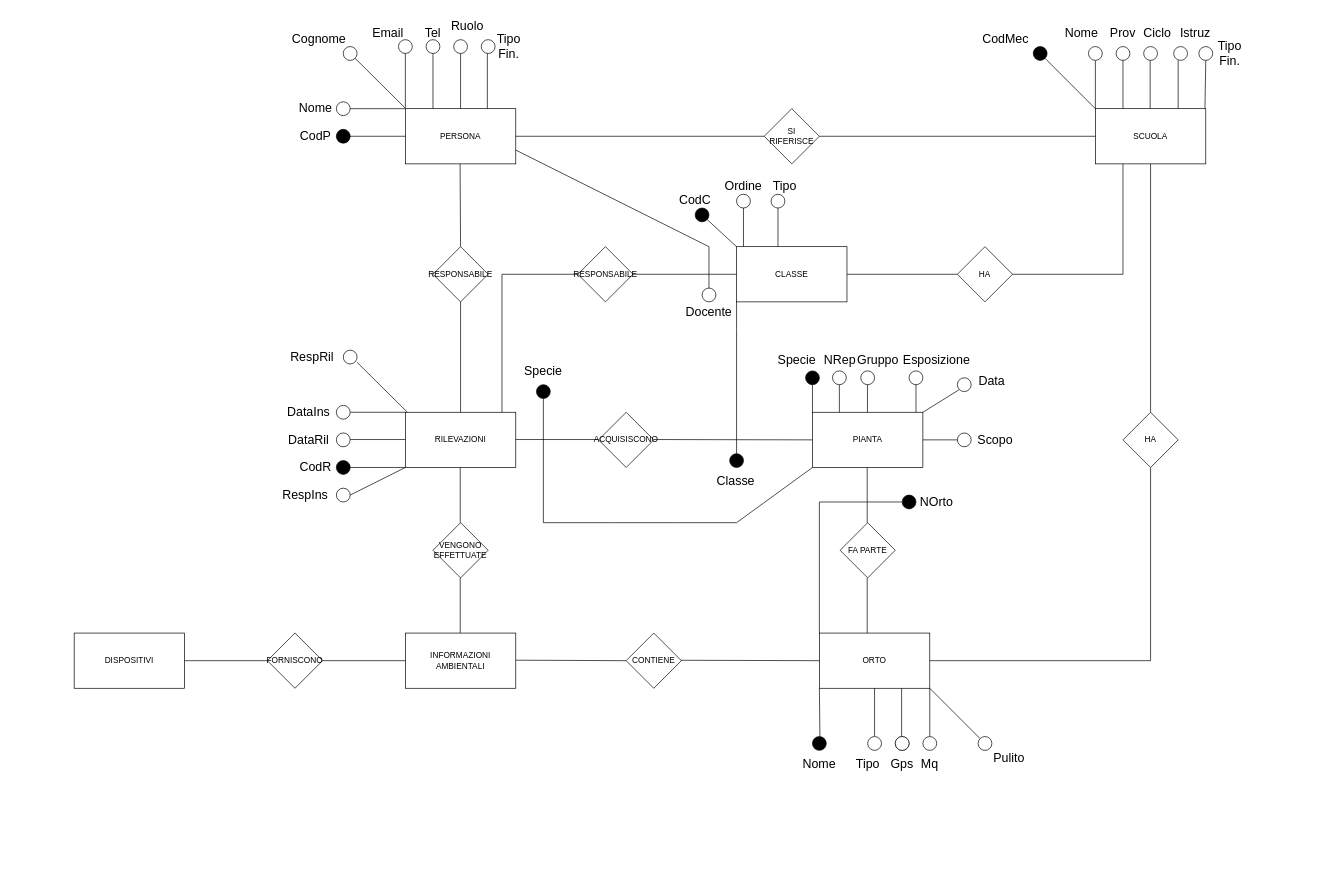
This is BD_ER_2023.drawio from pizzo-kyle/unige, a draw.io file, before an edit. Source tidied: cells renumbered, new cells numbered last; positions are measured from the earlier drawing's top-left corner, leaving out a move shared by most shapes. Both pictures are drawn from the tidied source at 69%, with x=0, y=0 at pixel (74, 12).
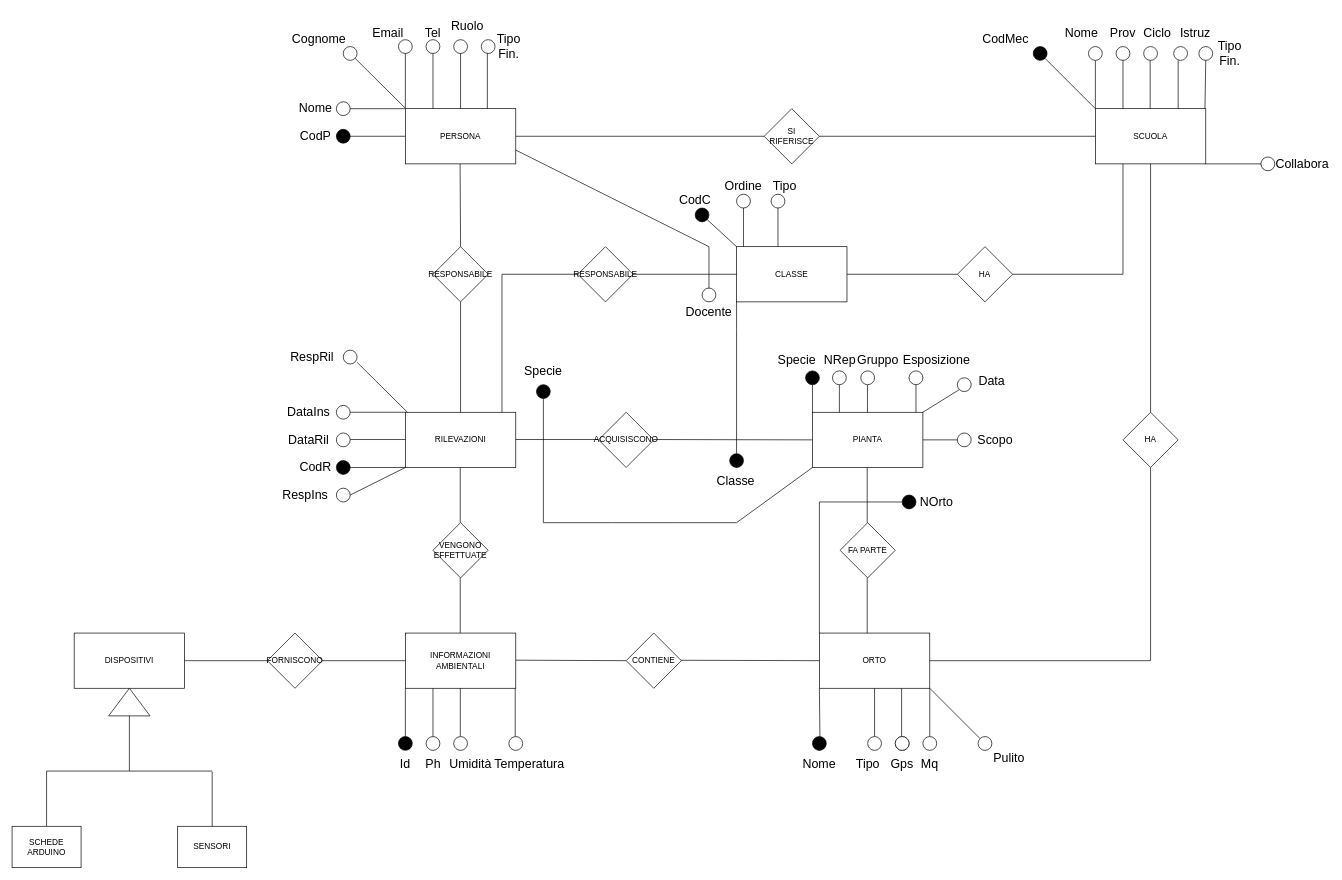
Above is the later version.

Unchanged cells that the change refers to:
```xml
<mxCell id="2" value="SCUOLA" style="rounded=0;whiteSpace=wrap;html=1;" parent="1" vertex="1">
  <mxGeometry x="1480" y="140" width="160" height="80" as="geometry" />
</mxCell>
<mxCell id="22" value="INFORMAZIONI AMBIENTALI" style="rounded=0;whiteSpace=wrap;html=1;" parent="1" vertex="1">
  <mxGeometry x="480" y="900" width="160" height="80" as="geometry" />
</mxCell>
```

What changed in the source:
```diff
@@
+    <mxCell id="155" style="endArrow=none;html=1;rounded=0;exitX=1;exitY=1;exitDx=0;exitDy=0;" parent="1" edge="1" source="157">
+      <mxGeometry relative="1" as="geometry">
+        <mxPoint x="1720" y="220" as="targetPoint" />
+      </mxGeometry>
+    </mxCell>
+    <mxCell id="156" style="endArrow=none;html=1;rounded=0;exitX=1;exitY=1;exitDx=0;exitDy=0;" parent="1" edge="1" source="2" target="157">
+      <mxGeometry relative="1" as="geometry" />
+    </mxCell>
+    <mxCell id="157" style="ellipse;whiteSpace=wrap;html=1;fillColor=#FFFFFF;direction=south;gradientColor=none;" parent="1" vertex="1">
+      <mxGeometry x="1720" y="210" width="20" height="20" as="geometry" />
+    </mxCell>
+    <mxCell id="158" value="&lt;span style=&quot;font-size: 18px;&quot;&gt;Collabora&lt;/span&gt;" style="text;html=1;strokeColor=none;fillColor=none;align=center;verticalAlign=middle;whiteSpace=wrap;rounded=0;" parent="1" vertex="1">
+      <mxGeometry x="1740" y="200" width="80" height="40" as="geometry" />
+    </mxCell>
+    <mxCell id="159" style="endArrow=none;html=1;rounded=0;entryX=0;entryY=1;entryDx=0;entryDy=0;" parent="1" edge="1" target="22">
+      <mxGeometry relative="1" as="geometry">
+        <mxPoint x="480" y="1050" as="sourcePoint" />
+      </mxGeometry>
+    </mxCell>
+    <mxCell id="160" style="ellipse;whiteSpace=wrap;html=1;fillColor=#000000;direction=south;gradientColor=none;" parent="1" vertex="1">
+      <mxGeometry x="470" y="1050" width="20" height="20" as="geometry" />
+    </mxCell>
+    <mxCell id="161" value="&lt;span style=&quot;font-size: 18px;&quot;&gt;Id&lt;/span&gt;" style="text;html=1;strokeColor=none;fillColor=none;align=center;verticalAlign=middle;whiteSpace=wrap;rounded=0;" parent="1" vertex="1">
+      <mxGeometry x="470" y="1070" width="20" height="40" as="geometry" />
+    </mxCell>
+    <mxCell id="162" style="endArrow=none;html=1;rounded=0;entryX=0.5;entryY=1;entryDx=0;entryDy=0;exitX=0;exitY=0.5;exitDx=0;exitDy=0;" parent="1" edge="1">
+      <mxGeometry relative="1" as="geometry">
+        <mxPoint x="520" y="1050" as="sourcePoint" />
+        <mxPoint x="520" y="980" as="targetPoint" />
+      </mxGeometry>
+    </mxCell>
+    <mxCell id="163" style="ellipse;whiteSpace=wrap;html=1;fillColor=#FFFFFF;direction=south;gradientColor=none;" parent="1" vertex="1">
+      <mxGeometry x="510" y="1050" width="20" height="20" as="geometry" />
+    </mxCell>
+    <mxCell id="164" value="&lt;span style=&quot;font-size: 18px;&quot;&gt;Ph&lt;/span&gt;" style="text;html=1;strokeColor=none;fillColor=none;align=center;verticalAlign=middle;whiteSpace=wrap;rounded=0;" parent="1" vertex="1">
+      <mxGeometry x="497.5" y="1070" width="45" height="40" as="geometry" />
+    </mxCell>
+    <mxCell id="165" style="endArrow=none;html=1;rounded=0;entryX=0.5;entryY=1;entryDx=0;entryDy=0;exitX=0;exitY=0.5;exitDx=0;exitDy=0;" parent="1" edge="1">
+      <mxGeometry relative="1" as="geometry">
+        <mxPoint x="559.6" y="1050" as="sourcePoint" />
+        <mxPoint x="559.6" y="980" as="targetPoint" />
+      </mxGeometry>
+    </mxCell>
+    <mxCell id="166" style="ellipse;whiteSpace=wrap;html=1;fillColor=#FFFFFF;direction=south;gradientColor=none;" parent="1" vertex="1">
+      <mxGeometry x="550" y="1050" width="20" height="20" as="geometry" />
+    </mxCell>
+    <mxCell id="167" value="&lt;span style=&quot;font-size: 18px;&quot;&gt;Umidità&lt;/span&gt;" style="text;html=1;strokeColor=none;fillColor=none;align=center;verticalAlign=middle;whiteSpace=wrap;rounded=0;" parent="1" vertex="1">
+      <mxGeometry x="542.5" y="1070" width="62.5" height="40" as="geometry" />
+    </mxCell>
+    <mxCell id="168" style="endArrow=none;html=1;rounded=0;entryX=0.5;entryY=1;entryDx=0;entryDy=0;exitX=0;exitY=0.5;exitDx=0;exitDy=0;" parent="1" edge="1">
+      <mxGeometry relative="1" as="geometry">
+        <mxPoint x="639.2" y="1050" as="sourcePoint" />
+        <mxPoint x="639.2" y="980" as="targetPoint" />
+      </mxGeometry>
+    </mxCell>
+    <mxCell id="169" style="ellipse;whiteSpace=wrap;html=1;fillColor=#FFFFFF;direction=south;gradientColor=none;" parent="1" vertex="1">
+      <mxGeometry x="630" y="1050" width="20" height="20" as="geometry" />
+    </mxCell>
+    <mxCell id="170" value="&lt;span style=&quot;font-size: 18px;&quot;&gt;Temperatura&lt;/span&gt;" style="text;html=1;strokeColor=none;fillColor=none;align=center;verticalAlign=middle;whiteSpace=wrap;rounded=0;" parent="1" vertex="1">
+      <mxGeometry x="610" y="1070" width="100" height="40" as="geometry" />
+    </mxCell>
+    <mxCell id="171" style="triangle;whiteSpace=wrap;html=1;rotation=0;direction=north;" parent="1" vertex="1">
+      <mxGeometry x="50" y="980" width="60" height="40" as="geometry" />
+    </mxCell>
+    <mxCell id="172" style="endArrow=none;html=1;rounded=0;entryX=0;entryY=0.5;entryDx=0;entryDy=0;" parent="1" edge="1" target="171">
+      <mxGeometry relative="1" as="geometry">
+        <mxPoint x="80" y="1100" as="sourcePoint" />
+      </mxGeometry>
+    </mxCell>
+    <mxCell id="173" style="endArrow=none;html=1;rounded=0;" parent="1" edge="1">
+      <mxGeometry relative="1" as="geometry">
+        <mxPoint x="-40" y="1100" as="sourcePoint" />
+        <mxPoint x="80" y="1100" as="targetPoint" />
+      </mxGeometry>
+    </mxCell>
+    <mxCell id="174" style="endArrow=none;html=1;rounded=0;" parent="1" edge="1">
+      <mxGeometry relative="1" as="geometry">
+        <mxPoint x="80" y="1100" as="sourcePoint" />
+        <mxPoint x="200" y="1100" as="targetPoint" />
+      </mxGeometry>
+    </mxCell>
+    <mxCell id="175" style="endArrow=none;html=1;rounded=0;" parent="1" edge="1">
+      <mxGeometry relative="1" as="geometry">
+        <mxPoint x="-40" y="1180" as="sourcePoint" />
+        <mxPoint x="-40" y="1100" as="targetPoint" />
+      </mxGeometry>
+    </mxCell>
+    <mxCell id="176" style="endArrow=none;html=1;rounded=0;" parent="1" edge="1">
+      <mxGeometry relative="1" as="geometry">
+        <mxPoint x="200" y="1181" as="sourcePoint" />
+        <mxPoint x="200" y="1101" as="targetPoint" />
+      </mxGeometry>
+    </mxCell>
+    <mxCell id="177" value="SCHEDE ARDUINO" style="rounded=0;whiteSpace=wrap;html=1;" parent="1" vertex="1">
+      <mxGeometry x="-90" y="1180" width="100" height="60" as="geometry" />
+    </mxCell>
+    <mxCell id="178" value="SENSORI" style="rounded=0;whiteSpace=wrap;html=1;" parent="1" vertex="1">
+      <mxGeometry x="150" y="1180" width="100" height="60" as="geometry" />
+    </mxCell>
```
